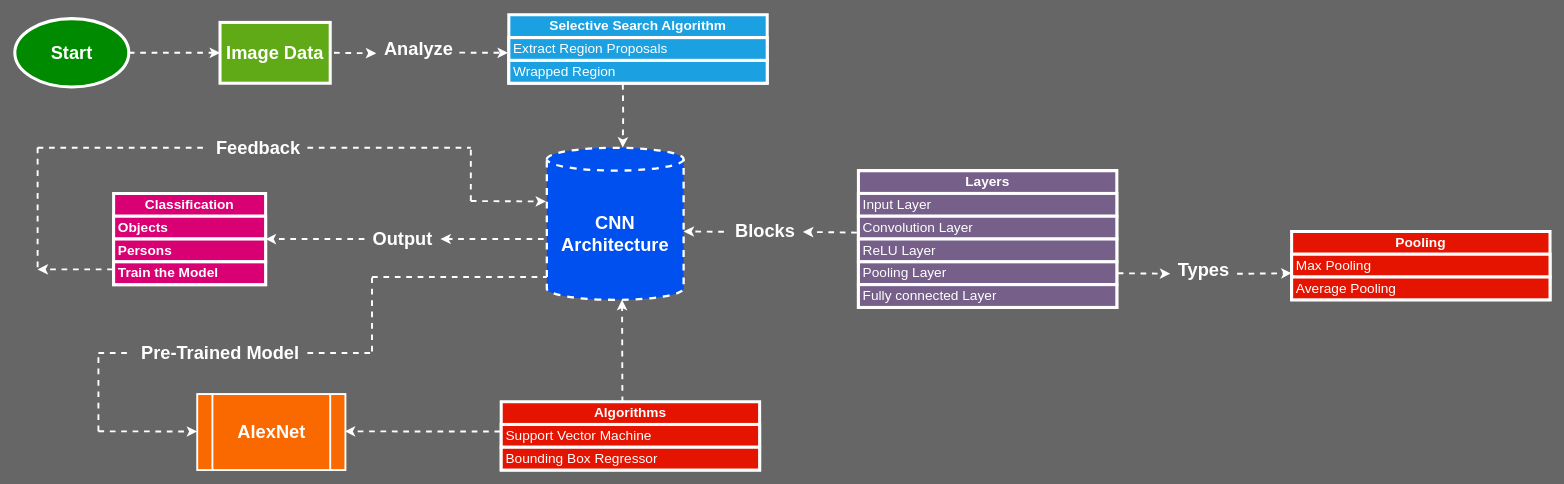
Earlier version of the draw.io diagram page "R-CNN" (2 of 3) of FYP-workflow.drawio (sanils2002/Final-Year-Project). Source tidied: cells renumbered, new cells numbered last; positions are measured from the earlier drawing's top-left corner, leaving out a move shared by most shapes. Both pictures are drawn from the tidied source at 76%, with x=0, y=0 at pixel (14, 14).
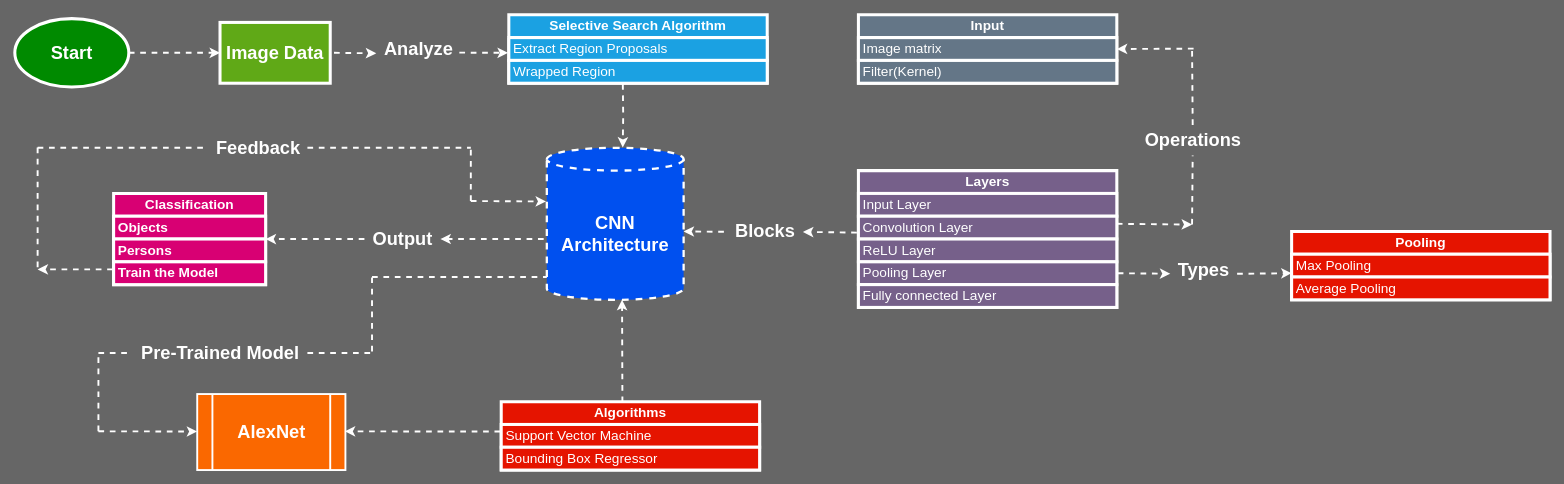
Above is the later version.

Diff of the diagram source:
```diff
@@
+    <mxCell id="55" value="&lt;font style=&quot;font-size: 18px;&quot;&gt;&lt;b&gt;Input&lt;/b&gt;&lt;/font&gt;" style="swimlane;fontStyle=0;horizontal=1;startSize=30;whiteSpace=wrap;html=1;fillColor=#647687;strokeColor=#FFFFFF;strokeWidth=4;fontColor=#ffffff;" parent="1" vertex="1">
+      <mxGeometry x="1110" width="340" height="90" as="geometry" />
+    </mxCell>
+    <mxCell id="56" value="&lt;span style=&quot;font-size: 18px;&quot;&gt;Image matrix&lt;/span&gt;" style="text;strokeColor=#FFFFFF;fillColor=#647687;align=left;verticalAlign=middle;spacingLeft=4;spacingRight=4;overflow=hidden;whiteSpace=wrap;html=1;fontColor=#ffffff;strokeWidth=4;" parent="55" vertex="1">
+      <mxGeometry y="30" width="340" height="30" as="geometry" />
+    </mxCell>
+    <mxCell id="57" value="&lt;font style=&quot;font-size: 18px;&quot;&gt;Filter(Kernel)&lt;/font&gt;" style="text;strokeColor=#FFFFFF;fillColor=#647687;align=left;verticalAlign=middle;spacingLeft=4;spacingRight=4;overflow=hidden;whiteSpace=wrap;html=1;fontColor=#ffffff;strokeWidth=4;" parent="55" vertex="1">
+      <mxGeometry y="60" width="340" height="30" as="geometry" />
+    </mxCell>
+    <mxCell id="58" style="endArrow=classic;html=1;rounded=0;strokeWidth=2.5;strokeColor=#FFFFFF;dashed=1;entryX=-0.006;entryY=0.353;entryDx=0;entryDy=0;entryPerimeter=0;" parent="1" edge="1">
+      <mxGeometry relative="1" as="geometry">
+        <mxPoint x="1450" y="275" as="sourcePoint" />
+        <mxPoint x="1549" y="276" as="targetPoint" />
+      </mxGeometry>
+    </mxCell>
+    <mxCell id="59" style="endArrow=none;html=1;rounded=0;strokeWidth=2.5;strokeColor=#FFFFFF;dashed=1;" parent="1" edge="1" source="62">
+      <mxGeometry relative="1" as="geometry">
+        <mxPoint x="1549" y="45" as="targetPoint" />
+      </mxGeometry>
+    </mxCell>
+    <mxCell id="60" style="endArrow=classic;html=1;rounded=0;strokeWidth=2.5;strokeColor=#FFFFFF;dashed=1;entryX=1;entryY=0.5;entryDx=0;entryDy=0;" parent="1" edge="1" target="55">
+      <mxGeometry relative="1" as="geometry">
+        <mxPoint x="1551" y="44.5" as="sourcePoint" />
+      </mxGeometry>
+    </mxCell>
+    <mxCell id="61" style="endArrow=none;html=1;rounded=0;strokeWidth=2.5;strokeColor=#FFFFFF;dashed=1;" parent="1" edge="1" target="62">
+      <mxGeometry relative="1" as="geometry">
+        <mxPoint x="1549" y="276" as="sourcePoint" />
+      </mxGeometry>
+    </mxCell>
+    <mxCell id="62" value="&lt;font color=&quot;#ffffff&quot; style=&quot;font-size: 24px;&quot;&gt;&lt;b&gt;Operations&lt;/b&gt;&lt;/font&gt;" style="text;html=1;align=center;verticalAlign=middle;points=[];strokeColor=none;fillColor=none;" parent="1" vertex="1">
+      <mxGeometry x="1475" y="145" width="150" height="40" as="geometry" />
+    </mxCell>
```
